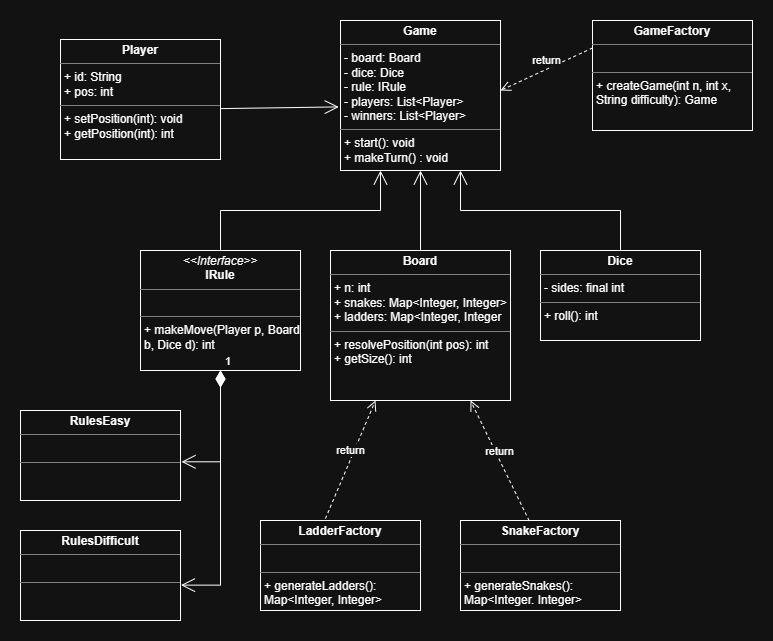
The draw.io diagram Snakes & Ladders/Snakes & Ladders.drawio.png in apurvdugar/SST28-LLD101, before a commit. Source tidied: cells renumbered, new cells last; positions are measured from the earlier drawing's top-left corner, leaving out a move shared by most shapes. Source of this version:
```xml
<mxGraphModel>
  <root>
    <mxCell id="0" />
    <mxCell id="1" parent="0" />
    <mxCell id="2" value="&lt;p style=&quot;margin:0px;margin-top:4px;text-align:center;&quot;&gt;&lt;b&gt;Game&lt;/b&gt;&lt;/p&gt;&lt;hr size=&quot;1&quot; style=&quot;border-style:solid;&quot;&gt;&lt;p style=&quot;margin:0px;margin-left:4px;&quot;&gt;- board: Board&lt;/p&gt;&lt;p style=&quot;margin:0px;margin-left:4px;&quot;&gt;&lt;span style=&quot;background-color: transparent; color: light-dark(rgb(0, 0, 0), rgb(255, 255, 255));&quot;&gt;- dice: Dice&lt;/span&gt;&lt;/p&gt;&lt;p style=&quot;margin:0px;margin-left:4px;&quot;&gt;- rule: IRule&lt;/p&gt;&lt;p style=&quot;margin:0px;margin-left:4px;&quot;&gt;- players: List&amp;lt;Player&amp;gt;&amp;nbsp;&lt;/p&gt;&lt;p style=&quot;margin:0px;margin-left:4px;&quot;&gt;- winners: List&amp;lt;Player&amp;gt;&lt;/p&gt;&lt;hr size=&quot;1&quot; style=&quot;border-style:solid;&quot;&gt;&lt;p style=&quot;margin:0px;margin-left:4px;&quot;&gt;+ start(): void&lt;/p&gt;&lt;p style=&quot;margin:0px;margin-left:4px;&quot;&gt;+ makeTurn() : void&lt;/p&gt;" style="verticalAlign=top;align=left;overflow=fill;html=1;whiteSpace=wrap;" parent="1" vertex="1">
      <mxGeometry x="320" width="160" height="150" as="geometry" />
    </mxCell>
    <mxCell id="3" value="&lt;p style=&quot;margin:0px;margin-top:4px;text-align:center;&quot;&gt;&lt;b&gt;GameFactory&lt;/b&gt;&lt;/p&gt;&lt;hr size=&quot;1&quot; style=&quot;border-style:solid;&quot;&gt;&lt;p style=&quot;margin:0px;margin-left:4px;&quot;&gt;&lt;br&gt;&lt;/p&gt;&lt;hr size=&quot;1&quot; style=&quot;border-style:solid;&quot;&gt;&lt;p style=&quot;margin:0px;margin-left:4px;&quot;&gt;+ createGame(int n, int x, String difficulty): Game&lt;/p&gt;" style="verticalAlign=top;align=left;overflow=fill;html=1;whiteSpace=wrap;" parent="1" vertex="1">
      <mxGeometry x="572" width="160" height="110" as="geometry" />
    </mxCell>
    <mxCell id="4" value="&lt;p style=&quot;margin:0px;margin-top:4px;text-align:center;&quot;&gt;&lt;b&gt;Board&lt;/b&gt;&lt;/p&gt;&lt;hr size=&quot;1&quot; style=&quot;border-style:solid;&quot;&gt;&lt;p style=&quot;margin:0px;margin-left:4px;&quot;&gt;+ n: int&lt;/p&gt;&lt;p style=&quot;margin:0px;margin-left:4px;&quot;&gt;+ snakes: Map&amp;lt;Integer, Integer&amp;gt;&lt;/p&gt;&lt;p style=&quot;margin:0px;margin-left:4px;&quot;&gt;+ ladders: Map&amp;lt;Integer, Integer&lt;/p&gt;&lt;hr size=&quot;1&quot; style=&quot;border-style:solid;&quot;&gt;&lt;p style=&quot;margin:0px;margin-left:4px;&quot;&gt;+ resolvePosition(int pos): int&lt;/p&gt;&lt;p style=&quot;margin:0px;margin-left:4px;&quot;&gt;+ getSize(): int&lt;/p&gt;" style="verticalAlign=top;align=left;overflow=fill;html=1;whiteSpace=wrap;" parent="1" vertex="1">
      <mxGeometry x="310" y="230" width="180" height="150" as="geometry" />
    </mxCell>
    <mxCell id="5" value="&lt;p style=&quot;margin:0px;margin-top:4px;text-align:center;&quot;&gt;&lt;b&gt;Dice&lt;/b&gt;&lt;/p&gt;&lt;hr size=&quot;1&quot; style=&quot;border-style:solid;&quot;&gt;&lt;p style=&quot;margin:0px;margin-left:4px;&quot;&gt;- sides: final int&lt;/p&gt;&lt;hr size=&quot;1&quot; style=&quot;border-style:solid;&quot;&gt;&lt;p style=&quot;margin:0px;margin-left:4px;&quot;&gt;+ roll(): int&lt;/p&gt;" style="verticalAlign=top;align=left;overflow=fill;html=1;whiteSpace=wrap;" parent="1" vertex="1">
      <mxGeometry x="520" y="230" width="160" height="90" as="geometry" />
    </mxCell>
    <mxCell id="6" value="&lt;p style=&quot;margin:0px;margin-top:4px;text-align:center;&quot;&gt;&lt;i&gt;&amp;lt;&amp;lt;Interface&amp;gt;&amp;gt;&lt;/i&gt;&lt;br&gt;&lt;b&gt;IRule&lt;/b&gt;&lt;/p&gt;&lt;hr size=&quot;1&quot; style=&quot;border-style:solid;&quot;&gt;&lt;p style=&quot;margin:0px;margin-left:4px;&quot;&gt;&lt;br&gt;&lt;/p&gt;&lt;hr size=&quot;1&quot; style=&quot;border-style:solid;&quot;&gt;&lt;p style=&quot;margin:0px;margin-left:4px;&quot;&gt;+ makeMove(Player p, Board b, Dice d): int&lt;/p&gt;" style="verticalAlign=top;align=left;overflow=fill;html=1;whiteSpace=wrap;" parent="1" vertex="1">
      <mxGeometry x="120" y="230" width="160" height="120" as="geometry" />
    </mxCell>
    <mxCell id="7" value="&lt;p style=&quot;margin:0px;margin-top:4px;text-align:center;&quot;&gt;&lt;b&gt;RulesEasy&lt;/b&gt;&lt;/p&gt;&lt;hr size=&quot;1&quot; style=&quot;border-style:solid;&quot;&gt;&lt;p style=&quot;margin:0px;margin-left:4px;&quot;&gt;&lt;br&gt;&lt;/p&gt;&lt;hr size=&quot;1&quot; style=&quot;border-style:solid;&quot;&gt;&lt;p style=&quot;margin:0px;margin-left:4px;&quot;&gt;&lt;br&gt;&lt;/p&gt;" style="verticalAlign=top;align=left;overflow=fill;html=1;whiteSpace=wrap;" parent="1" vertex="1">
      <mxGeometry y="390" width="160" height="90" as="geometry" />
    </mxCell>
    <mxCell id="8" value="&lt;p style=&quot;margin:0px;margin-top:4px;text-align:center;&quot;&gt;&lt;b&gt;RulesDifficult&lt;/b&gt;&lt;/p&gt;&lt;hr size=&quot;1&quot; style=&quot;border-style:solid;&quot;&gt;&lt;p style=&quot;margin:0px;margin-left:4px;&quot;&gt;&lt;br&gt;&lt;/p&gt;&lt;hr size=&quot;1&quot; style=&quot;border-style:solid;&quot;&gt;&lt;p style=&quot;margin:0px;margin-left:4px;&quot;&gt;&lt;br&gt;&lt;/p&gt;" style="verticalAlign=top;align=left;overflow=fill;html=1;whiteSpace=wrap;" parent="1" vertex="1">
      <mxGeometry y="510" width="160" height="90" as="geometry" />
    </mxCell>
    <mxCell id="9" value="&lt;p style=&quot;margin:0px;margin-top:4px;text-align:center;&quot;&gt;&lt;b&gt;SnakeFactory&lt;/b&gt;&lt;/p&gt;&lt;hr size=&quot;1&quot; style=&quot;border-style:solid;&quot;&gt;&lt;p style=&quot;margin:0px;margin-left:4px;&quot;&gt;&lt;br&gt;&lt;/p&gt;&lt;hr size=&quot;1&quot; style=&quot;border-style:solid;&quot;&gt;&lt;p style=&quot;margin:0px;margin-left:4px;&quot;&gt;+ generateSnakes(): Map&amp;lt;Integer. Integer&amp;gt;&lt;/p&gt;" style="verticalAlign=top;align=left;overflow=fill;html=1;whiteSpace=wrap;" parent="1" vertex="1">
      <mxGeometry x="440" y="500" width="160" height="90" as="geometry" />
    </mxCell>
    <mxCell id="10" value="&lt;p style=&quot;margin:0px;margin-top:4px;text-align:center;&quot;&gt;&lt;b&gt;LadderFactory&lt;/b&gt;&lt;/p&gt;&lt;hr size=&quot;1&quot; style=&quot;border-style:solid;&quot;&gt;&lt;p style=&quot;margin:0px;margin-left:4px;&quot;&gt;&lt;br&gt;&lt;/p&gt;&lt;hr size=&quot;1&quot; style=&quot;border-style:solid;&quot;&gt;&lt;p style=&quot;margin:0px;margin-left:4px;&quot;&gt;+ generateLadders(): Map&amp;lt;Integer, Integer&amp;gt;&amp;nbsp;&lt;/p&gt;" style="verticalAlign=top;align=left;overflow=fill;html=1;whiteSpace=wrap;" parent="1" vertex="1">
      <mxGeometry x="240" y="500" width="160" height="90" as="geometry" />
    </mxCell>
    <mxCell id="11" value="1" style="endArrow=open;html=1;endSize=12;startArrow=diamondThin;startSize=14;startFill=1;edgeStyle=orthogonalEdgeStyle;align=left;verticalAlign=bottom;rounded=0;exitX=0.5;exitY=1;exitDx=0;exitDy=0;entryX=1.006;entryY=0.57;entryDx=0;entryDy=0;entryPerimeter=0;" parent="1" edge="1" source="6" target="7">
      <mxGeometry x="-1" y="3" relative="1" as="geometry" />
    </mxCell>
    <mxCell id="12" value="1" style="endArrow=open;html=1;endSize=12;startArrow=diamondThin;startSize=14;startFill=1;edgeStyle=orthogonalEdgeStyle;align=left;verticalAlign=bottom;rounded=0;exitX=0.5;exitY=1;exitDx=0;exitDy=0;entryX=1.003;entryY=0.607;entryDx=0;entryDy=0;entryPerimeter=0;" parent="1" edge="1" source="6" target="8">
      <mxGeometry x="-1" y="3" relative="1" as="geometry" />
    </mxCell>
    <mxCell id="13" style="endArrow=open;endFill=1;endSize=12;html=1;rounded=0;exitX=0.5;exitY=0;exitDx=0;exitDy=0;entryX=0.25;entryY=1;entryDx=0;entryDy=0;" parent="1" edge="1" source="6" target="2">
      <mxGeometry relative="1" as="geometry">
        <Array as="points">
          <mxPoint x="200" y="190" />
          <mxPoint x="360" y="190" />
        </Array>
      </mxGeometry>
    </mxCell>
    <mxCell id="14" style="endArrow=open;endFill=1;endSize=12;html=1;rounded=0;entryX=0.5;entryY=1;entryDx=0;entryDy=0;exitX=0.5;exitY=0;exitDx=0;exitDy=0;" parent="1" edge="1" source="4" target="2">
      <mxGeometry relative="1" as="geometry" />
    </mxCell>
    <mxCell id="15" style="endArrow=open;endFill=1;endSize=12;html=1;rounded=0;exitX=0.5;exitY=0;exitDx=0;exitDy=0;entryX=0.75;entryY=1;entryDx=0;entryDy=0;" parent="1" edge="1" target="2">
      <mxGeometry relative="1" as="geometry">
        <mxPoint x="600" y="230" as="sourcePoint" />
        <Array as="points">
          <mxPoint x="600" y="190" />
          <mxPoint x="440" y="190" />
        </Array>
      </mxGeometry>
    </mxCell>
    <mxCell id="16" value="return" style="html=1;verticalAlign=bottom;endArrow=open;dashed=1;endSize=8;curved=0;rounded=0;exitX=0.406;exitY=-0.022;exitDx=0;exitDy=0;exitPerimeter=0;entryX=0.25;entryY=1;entryDx=0;entryDy=0;" parent="1" edge="1" source="10" target="4">
      <mxGeometry relative="1" as="geometry" />
    </mxCell>
    <mxCell id="17" value="return" style="html=1;verticalAlign=bottom;endArrow=open;dashed=1;endSize=8;curved=0;rounded=0;exitX=0;exitY=0.25;exitDx=0;exitDy=0;" parent="1" edge="1" source="3">
      <mxGeometry relative="1" as="geometry">
        <mxPoint x="480" y="70" as="targetPoint" />
      </mxGeometry>
    </mxCell>
    <mxCell id="18" value="&lt;p style=&quot;margin:0px;margin-top:4px;text-align:center;&quot;&gt;&lt;b&gt;Player&lt;/b&gt;&lt;/p&gt;&lt;hr size=&quot;1&quot; style=&quot;border-style:solid;&quot;&gt;&lt;p style=&quot;margin:0px;margin-left:4px;&quot;&gt;+ id: String&lt;br&gt;&lt;/p&gt;&lt;p style=&quot;margin:0px;margin-left:4px;&quot;&gt;+ pos: int&lt;/p&gt;&lt;hr size=&quot;1&quot; style=&quot;border-style:solid;&quot;&gt;&lt;p style=&quot;margin:0px;margin-left:4px;&quot;&gt;+ setPosition(int): void&lt;/p&gt;&lt;p style=&quot;margin:0px;margin-left:4px;&quot;&gt;+ getPosition(int): int&lt;/p&gt;" style="verticalAlign=top;align=left;overflow=fill;html=1;whiteSpace=wrap;" parent="1" vertex="1">
      <mxGeometry x="40" y="19" width="160" height="120" as="geometry" />
    </mxCell>
    <mxCell id="19" style="endArrow=open;endFill=1;endSize=12;html=1;rounded=0;entryX=-0.011;entryY=0.576;entryDx=0;entryDy=0;exitX=0.998;exitY=0.576;exitDx=0;exitDy=0;exitPerimeter=0;entryPerimeter=0;" parent="1" edge="1" source="18" target="2">
      <mxGeometry relative="1" as="geometry" />
    </mxCell>
    <mxCell id="20" value="return" style="html=1;verticalAlign=bottom;endArrow=open;dashed=1;endSize=8;curved=0;rounded=0;exitX=0.429;exitY=0.003;exitDx=0;exitDy=0;exitPerimeter=0;entryX=0.25;entryY=1;entryDx=0;entryDy=0;" parent="1" edge="1" source="9">
      <mxGeometry relative="1" as="geometry">
        <mxPoint x="450" y="380" as="targetPoint" />
      </mxGeometry>
    </mxCell>
  </root>
</mxGraphModel>
```
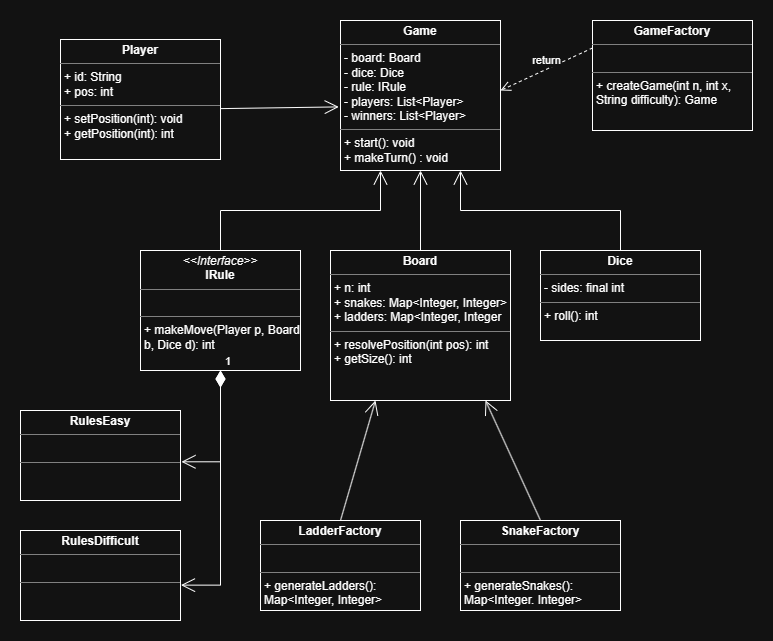
After the commit.

Diff of the diagram source:
```diff
@@ -55,9 +55,6 @@
         </Array>
       </mxGeometry>
     </mxCell>
-    <mxCell id="16" value="return" style="html=1;verticalAlign=bottom;endArrow=open;dashed=1;endSize=8;curved=0;rounded=0;exitX=0.406;exitY=-0.022;exitDx=0;exitDy=0;exitPerimeter=0;entryX=0.25;entryY=1;entryDx=0;entryDy=0;" parent="1" edge="1" source="10" target="4">
-      <mxGeometry relative="1" as="geometry" />
-    </mxCell>
     <mxCell id="17" value="return" style="html=1;verticalAlign=bottom;endArrow=open;dashed=1;endSize=8;curved=0;rounded=0;exitX=0;exitY=0.25;exitDx=0;exitDy=0;" parent="1" edge="1" source="3">
       <mxGeometry relative="1" as="geometry">
         <mxPoint x="480" y="70" as="targetPoint" />
@@ -69,10 +66,14 @@
     <mxCell id="19" style="endArrow=open;endFill=1;endSize=12;html=1;rounded=0;entryX=-0.011;entryY=0.576;entryDx=0;entryDy=0;exitX=0.998;exitY=0.576;exitDx=0;exitDy=0;exitPerimeter=0;entryPerimeter=0;" parent="1" edge="1" source="18" target="2">
       <mxGeometry relative="1" as="geometry" />
     </mxCell>
-    <mxCell id="20" value="return" style="html=1;verticalAlign=bottom;endArrow=open;dashed=1;endSize=8;curved=0;rounded=0;exitX=0.429;exitY=0.003;exitDx=0;exitDy=0;exitPerimeter=0;entryX=0.25;entryY=1;entryDx=0;entryDy=0;" parent="1" edge="1" source="9">
-      <mxGeometry relative="1" as="geometry">
-        <mxPoint x="450" y="380" as="targetPoint" />
-      </mxGeometry>
-    </mxCell>
+    <mxCell id="16" style="endArrow=open;endFill=1;endSize=12;html=1;rounded=0;entryX=0.25;entryY=1;entryDx=0;entryDy=0;exitX=0.5;exitY=0;exitDx=0;exitDy=0;" parent="1" edge="1" source="10" target="4">
+      <mxGeometry relative="1" as="geometry" />
+    </mxCell>
+    <mxCell id="21" style="endArrow=open;endFill=1;endSize=12;html=1;rounded=0;entryX=0.25;entryY=1;entryDx=0;entryDy=0;exitX=0.25;exitY=0;exitDx=0;exitDy=0;" parent="1" edge="1">
+      <mxGeometry relative="1" as="geometry">
+        <mxPoint x="520" y="500" as="sourcePoint" />
+        <mxPoint x="465" y="380" as="targetPoint" />
+      </mxGeometry>
+    </mxCell>
   </root>
 </mxGraphModel>
```
